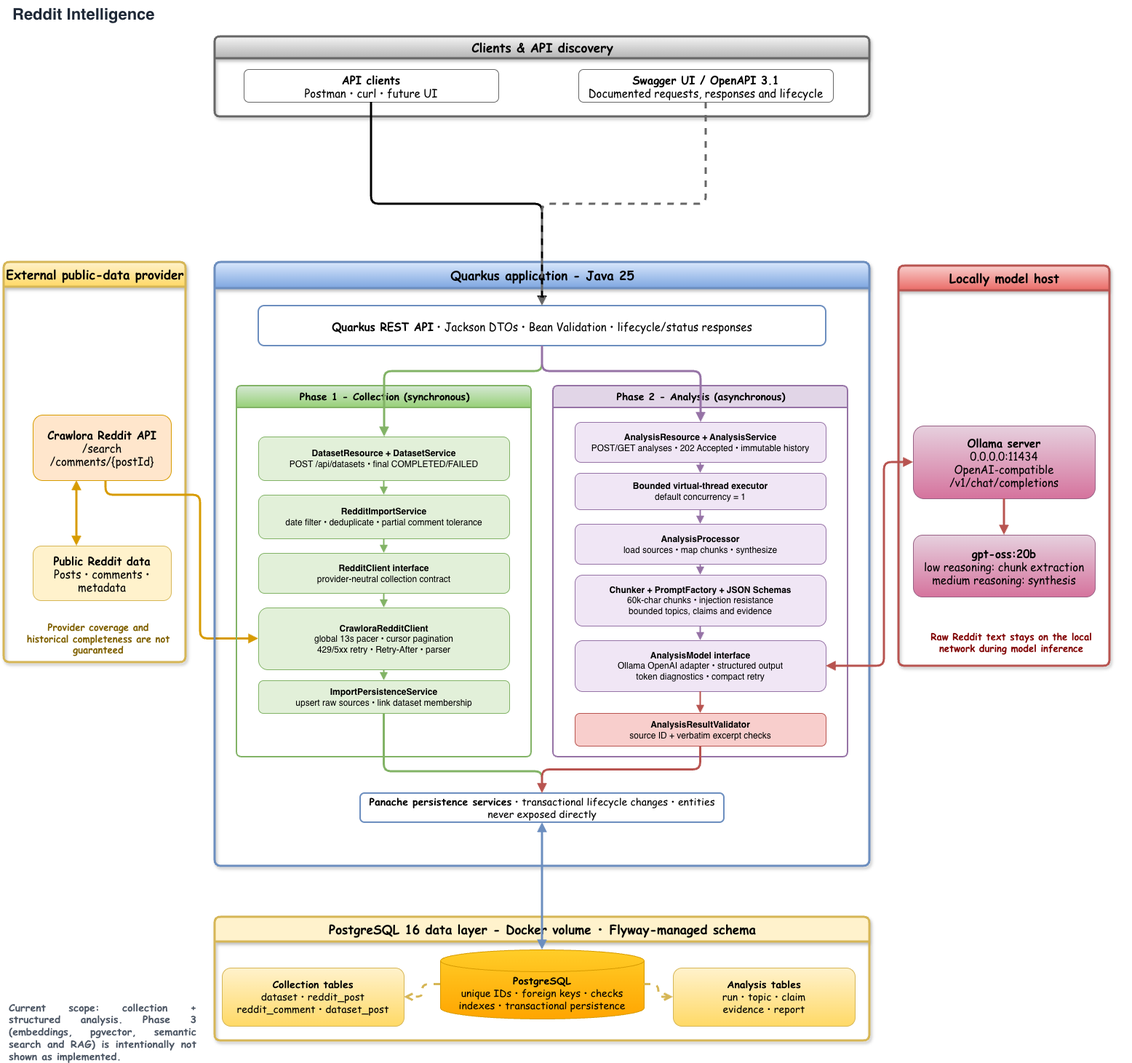
The draw.io diagram docs/architecture/reddit-intelligence-phase-2.drawio.png in ksktechai/reddit-intelligence, before a commit. Source tidied: cells renumbered, new cells last; positions are measured from the earlier drawing's top-left corner, leaving out a move shared by most shapes. Source of this version:
```xml
<mxGraphModel>
  <root>
    <mxCell id="0" />
    <mxCell id="1" parent="0" />
    <mxCell id="2" value="&lt;b&gt;Reddit Intelligence&lt;/b&gt;" style="text;html=1;align=left;verticalAlign=middle;whiteSpace=wrap;rounded=0;fontSize=22;fontColor=#1F2937;" parent="1" vertex="1">
      <mxGeometry x="10" width="1540" height="40" as="geometry" />
    </mxCell>
    <mxCell id="3" value="&lt;font face=&quot;Comic Sans MS&quot;&gt;Clients &amp;amp; API discovery&lt;/font&gt;" style="swimlane;html=1;horizontal=1;startSize=30;rounded=1;arcSize=8;fillColor=#f5f5f5;strokeColor=#666666;fontStyle=1;fontSize=17;shadow=1;strokeWidth=3;gradientColor=#b3b3b3;" parent="1" vertex="1">
      <mxGeometry x="290" y="50" width="900" height="110" as="geometry" />
    </mxCell>
    <mxCell id="4" value="&lt;b&gt;API clients&lt;/b&gt;&lt;br&gt;Postman • curl • future UI" style="rounded=1;whiteSpace=wrap;html=1;fillColor=#FFFFFF;strokeColor=#666666;fontSize=15;fontFamily=Comic Sans MS;" parent="1" vertex="1">
      <mxGeometry x="330" y="95" width="350" height="45" as="geometry" />
    </mxCell>
    <mxCell id="5" value="&lt;b&gt;Swagger UI / OpenAPI 3.1&lt;/b&gt;&lt;br&gt;Documented requests, responses and lifecycle" style="rounded=1;whiteSpace=wrap;html=1;fillColor=#FFFFFF;strokeColor=#666666;fontSize=15;fontFamily=Comic Sans MS;" parent="1" vertex="1">
      <mxGeometry x="790" y="95" width="350" height="45" as="geometry" />
    </mxCell>
    <mxCell id="6" value="&lt;font face=&quot;Comic Sans MS&quot;&gt;External public-data provider&lt;/font&gt;" style="swimlane;html=1;horizontal=1;startSize=34;rounded=1;arcSize=8;fillColor=#fff2cc;strokeColor=#d6b656;fontStyle=1;fontSize=17;shadow=1;strokeWidth=3;gradientColor=#ffd966;" parent="1" vertex="1">
      <mxGeometry y="360" width="250" height="550" as="geometry" />
    </mxCell>
    <mxCell id="7" style="edgeStyle=orthogonalEdgeStyle;rounded=1;jettySize=auto;html=1;strokeColor=#D79B00;strokeWidth=3;startArrow=block;startFill=1;endArrow=block;endFill=1;fontSize=11;exitX=0;exitY=0.5;exitDx=0;exitDy=0;" parent="6" edge="1" source="16">
      <mxGeometry relative="1" as="geometry">
        <mxPoint x="140" y="250" as="targetPoint" />
        <Array as="points">
          <mxPoint x="270" y="518" />
          <mxPoint x="270" y="320" />
          <mxPoint x="140" y="320" />
        </Array>
      </mxGeometry>
    </mxCell>
    <mxCell id="8" value="&lt;font style=&quot;font-size: 13px;&quot; face=&quot;Comic Sans MS&quot;&gt;&lt;b style=&quot;&quot;&gt;Provider coverage and historical completeness are not guaranteed&lt;/b&gt;&lt;/font&gt;" style="text;html=1;align=center;verticalAlign=middle;whiteSpace=wrap;fontSize=11;fontColor=#7F6000;" parent="6" vertex="1">
      <mxGeometry x="30" y="492.5" width="200" height="50" as="geometry" />
    </mxCell>
    <mxCell id="9" value="&lt;b&gt;Crawlora Reddit API&lt;/b&gt;&lt;br&gt;/search&lt;br&gt;/comments/{postId}" style="rounded=1;whiteSpace=wrap;html=1;fillColor=#FFE6CC;strokeColor=#D79B00;fontSize=15;fontFamily=Comic Sans MS;" parent="1" vertex="1">
      <mxGeometry x="40" y="570" width="190" height="90" as="geometry" />
    </mxCell>
    <mxCell id="10" value="&lt;b&gt;Public Reddit data&lt;/b&gt;&lt;br&gt;Posts • comments • metadata" style="rounded=1;whiteSpace=wrap;html=1;fillColor=#FFF2CC;strokeColor=#D6B656;fontSize=15;fontFamily=Comic Sans MS;" parent="1" vertex="1">
      <mxGeometry x="40" y="750" width="190" height="75" as="geometry" />
    </mxCell>
    <mxCell id="11" value="&lt;font face=&quot;Comic Sans MS&quot;&gt;Quarkus application - Java 25&lt;/font&gt;" style="swimlane;html=1;horizontal=1;startSize=36;rounded=1;arcSize=8;fillColor=#dae8fc;strokeColor=#6c8ebf;fontStyle=1;fontSize=17;strokeWidth=3;shadow=1;gradientColor=#7ea6e0;" parent="1" vertex="1">
      <mxGeometry x="290" y="360" width="900" height="830" as="geometry" />
    </mxCell>
    <mxCell id="12" value="Phase 1 - Collection (synchronous)" style="swimlane;html=1;horizontal=1;startSize=30;rounded=1;arcSize=8;fillColor=#d5e8d4;strokeColor=#82b366;fontStyle=1;fontSize=14;strokeWidth=2;gradientColor=#97d077;fontFamily=Comic Sans MS;" parent="11" vertex="1">
      <mxGeometry x="30" y="170" width="405" height="510" as="geometry" />
    </mxCell>
    <mxCell id="13" value="&lt;b&gt;DatasetResource + DatasetService&lt;/b&gt;&lt;br&gt;POST /api/datasets • final COMPLETED/FAILED" style="rounded=1;whiteSpace=wrap;html=1;fillColor=#E2F0D9;strokeColor=#82B366;fontSize=12;" parent="11" vertex="1">
      <mxGeometry x="60" y="240" width="345" height="60" as="geometry" />
    </mxCell>
    <mxCell id="14" value="&lt;b&gt;RedditImportService&lt;/b&gt;&lt;br&gt;date filter • deduplicate • partial comment tolerance" style="rounded=1;whiteSpace=wrap;html=1;fillColor=#E2F0D9;strokeColor=#82B366;fontSize=12;" parent="11" vertex="1">
      <mxGeometry x="60" y="320" width="345" height="60" as="geometry" />
    </mxCell>
    <mxCell id="15" value="&lt;b&gt;RedditClient interface&lt;/b&gt;&lt;br&gt;provider-neutral collection contract" style="rounded=1;whiteSpace=wrap;html=1;fillColor=#E2F0D9;strokeColor=#82B366;fontSize=12;" parent="11" vertex="1">
      <mxGeometry x="60" y="400" width="345" height="55" as="geometry" />
    </mxCell>
    <mxCell id="16" value="&lt;b&gt;CrawloraRedditClient&lt;/b&gt;&lt;br&gt;global 13s pacer • cursor pagination&lt;br&gt;429/5xx retry • Retry-After • parser" style="rounded=1;whiteSpace=wrap;html=1;fillColor=#E2F0D9;strokeColor=#82B366;fontSize=12;" parent="11" vertex="1">
      <mxGeometry x="60" y="475" width="345" height="85" as="geometry" />
    </mxCell>
    <mxCell id="17" value="&lt;b&gt;ImportPersistenceService&lt;/b&gt;&lt;br&gt;upsert raw sources • link dataset membership" style="rounded=1;whiteSpace=wrap;html=1;fillColor=#E2F0D9;strokeColor=#82B366;fontSize=12;" parent="11" vertex="1">
      <mxGeometry x="60" y="575" width="345" height="45" as="geometry" />
    </mxCell>
    <mxCell id="18" value="Phase 2 - Analysis (asynchronous)" style="swimlane;html=1;horizontal=1;startSize=30;rounded=1;arcSize=8;fillColor=#E1D5E7;strokeColor=#9673A6;fontStyle=1;fontSize=14;strokeWidth=2;fontFamily=Comic Sans MS;" parent="11" vertex="1">
      <mxGeometry x="465" y="170" width="405" height="510" as="geometry" />
    </mxCell>
    <mxCell id="19" value="&lt;b&gt;AnalysisResource + AnalysisService&lt;/b&gt;&lt;br&gt;POST/GET analyses • 202 Accepted • immutable history" style="rounded=1;whiteSpace=wrap;html=1;fillColor=#F0E6F5;strokeColor=#9673A6;fontSize=12;" parent="18" vertex="1">
      <mxGeometry x="30" y="50" width="345" height="55" as="geometry" />
    </mxCell>
    <mxCell id="20" value="&lt;b&gt;Bounded virtual-thread executor&lt;/b&gt;&lt;br&gt;default concurrency = 1" style="rounded=1;whiteSpace=wrap;html=1;fillColor=#F0E6F5;strokeColor=#9673A6;fontSize=12;" parent="18" vertex="1">
      <mxGeometry x="30" y="120" width="345" height="50" as="geometry" />
    </mxCell>
    <mxCell id="21" style="edgeStyle=orthogonalEdgeStyle;rounded=1;html=1;strokeColor=#9673A6;strokeWidth=2;endArrow=block;endFill=1;" parent="18" edge="1" source="19" target="20">
      <mxGeometry relative="1" as="geometry" />
    </mxCell>
    <mxCell id="22" value="&lt;b&gt;AnalysisProcessor&lt;/b&gt;&lt;br&gt;load sources • map chunks • synthesize" style="rounded=1;whiteSpace=wrap;html=1;fillColor=#F0E6F5;strokeColor=#9673A6;fontSize=12;" parent="18" vertex="1">
      <mxGeometry x="30" y="190" width="345" height="55" as="geometry" />
    </mxCell>
    <mxCell id="23" style="edgeStyle=orthogonalEdgeStyle;rounded=1;html=1;strokeColor=#9673A6;strokeWidth=2;endArrow=block;endFill=1;" parent="18" edge="1" source="20" target="22">
      <mxGeometry relative="1" as="geometry" />
    </mxCell>
    <mxCell id="24" value="&lt;b&gt;Chunker + PromptFactory + JSON Schemas&lt;/b&gt;&lt;br&gt;60k-char chunks • injection resistance&lt;br&gt;bounded topics, claims and evidence" style="rounded=1;whiteSpace=wrap;html=1;fillColor=#F0E6F5;strokeColor=#9673A6;fontSize=12;" parent="18" vertex="1">
      <mxGeometry x="30" y="260" width="345" height="70" as="geometry" />
    </mxCell>
    <mxCell id="25" style="edgeStyle=orthogonalEdgeStyle;rounded=1;html=1;strokeColor=#9673A6;strokeWidth=2;endArrow=block;endFill=1;fontSize=11;" parent="18" edge="1" source="22" target="24">
      <mxGeometry relative="1" as="geometry" />
    </mxCell>
    <mxCell id="26" value="&lt;b&gt;AnalysisModel interface&lt;/b&gt;&lt;br&gt;Ollama OpenAI adapter • structured output&lt;br&gt;token diagnostics • compact retry" style="rounded=1;whiteSpace=wrap;html=1;fillColor=#F0E6F5;strokeColor=#9673A6;fontSize=12;" parent="18" vertex="1">
      <mxGeometry x="30" y="350" width="345" height="70" as="geometry" />
    </mxCell>
    <mxCell id="27" style="edgeStyle=orthogonalEdgeStyle;rounded=1;html=1;strokeColor=#9673A6;strokeWidth=2;endArrow=block;endFill=1;fontSize=11;" parent="18" edge="1" source="24" target="26">
      <mxGeometry relative="1" as="geometry" />
    </mxCell>
    <mxCell id="28" value="&lt;b&gt;AnalysisResultValidator&lt;/b&gt;&lt;br&gt;source ID + verbatim excerpt checks" style="rounded=1;whiteSpace=wrap;html=1;fillColor=#F8CECC;strokeColor=#B85450;fontSize=12;" parent="18" vertex="1">
      <mxGeometry x="30" y="450" width="345" height="45" as="geometry" />
    </mxCell>
    <mxCell id="29" style="edgeStyle=orthogonalEdgeStyle;rounded=1;html=1;strokeColor=#B85450;strokeWidth=2;endArrow=block;endFill=1;fontSize=11;" parent="18" edge="1" source="26" target="28">
      <mxGeometry relative="1" as="geometry" />
    </mxCell>
    <mxCell id="30" value="&lt;font style=&quot;font-size: 14px;&quot;&gt;&lt;b style=&quot;&quot;&gt;Panache persistence services&lt;/b&gt; • transactional lifecycle changes • entities never exposed directly&lt;/font&gt;" style="rounded=1;whiteSpace=wrap;html=1;fillColor=#FFFFFF;strokeColor=#6C8EBF;strokeWidth=2;fontSize=12;fontFamily=Comic Sans MS;" parent="11" vertex="1">
      <mxGeometry x="200" y="730" width="500" height="40" as="geometry" />
    </mxCell>
    <mxCell id="31" style="edgeStyle=orthogonalEdgeStyle;rounded=1;html=1;strokeColor=#82B366;strokeWidth=2;endArrow=block;endFill=1;" parent="11" edge="1" source="13" target="14">
      <mxGeometry relative="1" as="geometry" />
    </mxCell>
    <mxCell id="32" style="edgeStyle=orthogonalEdgeStyle;rounded=1;html=1;strokeColor=#82B366;strokeWidth=2;endArrow=block;endFill=1;" parent="11" edge="1" source="14" target="15">
      <mxGeometry relative="1" as="geometry" />
    </mxCell>
    <mxCell id="33" style="edgeStyle=orthogonalEdgeStyle;rounded=1;html=1;strokeColor=#82B366;strokeWidth=2;endArrow=block;endFill=1;" parent="11" edge="1" source="15" target="16">
      <mxGeometry relative="1" as="geometry" />
    </mxCell>
    <mxCell id="34" style="edgeStyle=orthogonalEdgeStyle;rounded=1;html=1;strokeColor=#82B366;strokeWidth=2;endArrow=block;endFill=1;fontSize=11;" parent="11" edge="1" source="16" target="17">
      <mxGeometry relative="1" as="geometry" />
    </mxCell>
    <mxCell id="35" style="edgeStyle=orthogonalEdgeStyle;rounded=1;html=1;strokeColor=#82B366;strokeWidth=3;endArrow=block;endFill=1;" parent="11" edge="1" source="17" target="30">
      <mxGeometry relative="1" as="geometry">
        <Array as="points">
          <mxPoint x="233" y="700" />
          <mxPoint x="450" y="700" />
        </Array>
      </mxGeometry>
    </mxCell>
    <mxCell id="36" style="edgeStyle=orthogonalEdgeStyle;rounded=1;html=1;strokeColor=#B85450;strokeWidth=3;endArrow=block;endFill=1;fontSize=11;" parent="11" edge="1" source="28" target="30">
      <mxGeometry relative="1" as="geometry" />
    </mxCell>
    <mxCell id="37" value="&lt;b&gt;Quarkus REST API&lt;/b&gt; • Jackson DTOs • Bean Validation • lifecycle/status responses" style="rounded=1;whiteSpace=wrap;html=1;fillColor=#FFFFFF;strokeColor=#6C8EBF;strokeWidth=2;fontSize=15;fontFamily=Comic Sans MS;" parent="11" vertex="1">
      <mxGeometry x="60" y="60" width="780" height="55" as="geometry" />
    </mxCell>
    <mxCell id="38" style="edgeStyle=orthogonalEdgeStyle;rounded=1;jettySize=auto;html=1;strokeColor=#82B366;strokeWidth=3;endArrow=block;endFill=1;fontSize=11;" parent="11" edge="1" source="37" target="13">
      <mxGeometry relative="1" as="geometry">
        <Array as="points">
          <mxPoint x="450" y="150" />
          <mxPoint x="233" y="150" />
        </Array>
      </mxGeometry>
    </mxCell>
    <mxCell id="39" style="edgeStyle=orthogonalEdgeStyle;rounded=1;jettySize=auto;html=1;strokeColor=#9673A6;strokeWidth=3;endArrow=block;endFill=1;fontSize=11;" parent="11" edge="1" source="37" target="19">
      <mxGeometry relative="1" as="geometry">
        <Array as="points">
          <mxPoint x="450" y="150" />
          <mxPoint x="668" y="150" />
        </Array>
      </mxGeometry>
    </mxCell>
    <mxCell id="40" value="&lt;font face=&quot;Comic Sans MS&quot;&gt;Locally model host&lt;/font&gt;" style="swimlane;html=1;horizontal=1;startSize=34;rounded=1;arcSize=8;fillColor=#f8cecc;strokeColor=#b85450;fontStyle=1;fontSize=17;strokeWidth=3;shadow=1;gradientColor=#ea6b66;" parent="1" vertex="1">
      <mxGeometry x="1230" y="365" width="290" height="550" as="geometry" />
    </mxCell>
    <mxCell id="41" value="&lt;b&gt;Ollama server&lt;/b&gt;&lt;br&gt;0.0.0.0:11434&lt;br&gt;OpenAI-compatible /v1/chat/completions" style="rounded=1;whiteSpace=wrap;html=1;fillColor=#e6d0de;strokeColor=#996185;fontSize=15;fontFamily=Comic Sans MS;gradientColor=#d5739d;" parent="1" vertex="1">
      <mxGeometry x="1250" y="585" width="250" height="100" as="geometry" />
    </mxCell>
    <mxCell id="42" value="&lt;b&gt;gpt-oss:20b&lt;/b&gt;&lt;br&gt;low reasoning: chunk extraction&lt;br&gt;medium reasoning: synthesis" style="rounded=1;whiteSpace=wrap;html=1;fillColor=#e6d0de;strokeColor=#996185;fontSize=15;fontFamily=Comic Sans MS;gradientColor=#d5739d;" parent="1" vertex="1">
      <mxGeometry x="1250" y="735" width="250" height="85" as="geometry" />
    </mxCell>
    <mxCell id="43" value="&lt;font style=&quot;font-size: 13px;&quot; face=&quot;Comic Sans MS&quot;&gt;&lt;b&gt;Raw Reddit text stays on the local network during model inference&lt;/b&gt;&lt;/font&gt;" style="text;html=1;align=center;verticalAlign=middle;whiteSpace=wrap;fontSize=11;fontColor=#7F0000;" parent="1" vertex="1">
      <mxGeometry x="1250" y="860" width="270" height="45" as="geometry" />
    </mxCell>
    <mxCell id="44" value="&lt;font style=&quot;font-size: 17px;&quot; face=&quot;Comic Sans MS&quot;&gt;PostgreSQL 16 data layer - Docker volume • Flyway-managed schema&lt;/font&gt;" style="swimlane;html=1;horizontal=1;startSize=34;rounded=1;arcSize=8;fillColor=#FFF2CC;strokeColor=#D6B656;fontStyle=1;fontSize=14;strokeWidth=3;shadow=1;" parent="1" vertex="1">
      <mxGeometry x="290" y="1260" width="900" height="170" as="geometry" />
    </mxCell>
    <mxCell id="45" value="&lt;b&gt;Collection tables&lt;/b&gt;&lt;br&gt;dataset • reddit_post&lt;br&gt;reddit_comment • dataset_post" style="rounded=1;whiteSpace=wrap;html=1;fillColor=#fff2cc;strokeColor=#d6b656;fontSize=14;fontFamily=Comic Sans MS;gradientColor=#ffd966;" parent="44" vertex="1">
      <mxGeometry x="10" y="70" width="250" height="80" as="geometry" />
    </mxCell>
    <mxCell id="46" value="&lt;b&gt;Analysis tables&lt;/b&gt;&lt;br&gt;run • topic • claim&lt;br&gt;evidence • report" style="rounded=1;whiteSpace=wrap;html=1;fillColor=#fff2cc;strokeColor=#d6b656;fontSize=14;fontFamily=Comic Sans MS;gradientColor=#ffd966;" parent="44" vertex="1">
      <mxGeometry x="630" y="70" width="250" height="80" as="geometry" />
    </mxCell>
    <mxCell id="47" value="&lt;b&gt;PostgreSQL&lt;/b&gt;&lt;br&gt;unique IDs • foreign keys • checks&lt;br&gt;indexes • transactional persistence" style="shape=cylinder3;whiteSpace=wrap;html=1;boundedLbl=1;backgroundOutline=1;size=15;fillColor=#ffcd28;strokeColor=#d79b00;fontSize=14;fontFamily=Comic Sans MS;gradientColor=#ffa500;" parent="1" vertex="1">
      <mxGeometry x="600" y="1305" width="280" height="95" as="geometry" />
    </mxCell>
    <mxCell id="48" value="&lt;div style=&quot;text-align: justify;&quot;&gt;&lt;b style=&quot;font-size: 14px; font-family: &amp;quot;Comic Sans MS&amp;quot;; background-color: transparent; color: light-dark(rgb(75, 85, 99), rgb(157, 166, 178));&quot;&gt;Current scope: collection + structured analysis. Phase 3 (embeddings, pgvector, semantic search and RAG) is intentionally not shown as implemented.&lt;/b&gt;&lt;/div&gt;" style="text;html=1;align=left;verticalAlign=middle;whiteSpace=wrap;fontSize=11;fontColor=#4B5563;" parent="1" vertex="1">
      <mxGeometry x="5" y="1400" width="260" height="35" as="geometry" />
    </mxCell>
    <mxCell id="49" style="edgeStyle=orthogonalEdgeStyle;rounded=1;jettySize=auto;html=1;strokeWidth=3;endArrow=block;endFill=1;fontSize=11;" parent="1" edge="1" source="4" target="37">
      <mxGeometry relative="1" as="geometry" />
    </mxCell>
    <mxCell id="50" style="edgeStyle=orthogonalEdgeStyle;rounded=1;jettySize=auto;html=1;dashed=1;strokeColor=#666666;endArrow=open;endFill=0;fontSize=11;strokeWidth=3;" parent="1" edge="1" source="5" target="37">
      <mxGeometry relative="1" as="geometry" />
    </mxCell>
    <mxCell id="51" style="edgeStyle=orthogonalEdgeStyle;rounded=1;html=1;strokeColor=#D79B00;strokeWidth=3;startArrow=block;startFill=1;endArrow=block;endFill=1;fontSize=11;" parent="1" edge="1" source="9" target="10">
      <mxGeometry relative="1" as="geometry">
        <Array as="points">
          <mxPoint x="100" y="710" />
          <mxPoint x="100" y="710" />
        </Array>
      </mxGeometry>
    </mxCell>
    <mxCell id="52" style="edgeStyle=orthogonalEdgeStyle;rounded=1;jettySize=auto;html=1;strokeColor=#B85450;strokeWidth=3;startArrow=block;startFill=1;endArrow=block;endFill=1;fontSize=11;exitX=1;exitY=0.5;entryX=0;entryY=0.5;" parent="1" edge="1" source="26" target="41">
      <mxGeometry relative="1" as="geometry">
        <Array as="points">
          <mxPoint x="1210" y="915" />
          <mxPoint x="1210" y="635" />
        </Array>
      </mxGeometry>
    </mxCell>
    <mxCell id="53" style="edgeStyle=orthogonalEdgeStyle;rounded=1;html=1;strokeColor=#B85450;strokeWidth=3;endArrow=block;endFill=1;" parent="1" edge="1" source="41" target="42">
      <mxGeometry relative="1" as="geometry" />
    </mxCell>
    <mxCell id="54" style="edgeStyle=orthogonalEdgeStyle;rounded=1;html=1;strokeColor=#6C8EBF;strokeWidth=3;startArrow=block;startFill=1;endArrow=block;endFill=1;fontSize=11;" parent="1" edge="1" source="30" target="47">
      <mxGeometry relative="1" as="geometry" />
    </mxCell>
    <mxCell id="55" style="edgeStyle=orthogonalEdgeStyle;rounded=1;html=1;dashed=1;strokeColor=#D6B656;endArrow=open;endFill=0;fontSize=10;strokeWidth=3;" parent="1" edge="1" source="47" target="45">
      <mxGeometry relative="1" as="geometry" />
    </mxCell>
    <mxCell id="56" style="edgeStyle=orthogonalEdgeStyle;rounded=1;html=1;dashed=1;strokeColor=#D6B656;endArrow=open;endFill=0;fontSize=13;strokeWidth=3;" parent="1" edge="1" source="47" target="46">
      <mxGeometry relative="1" as="geometry" />
    </mxCell>
  </root>
</mxGraphModel>
```
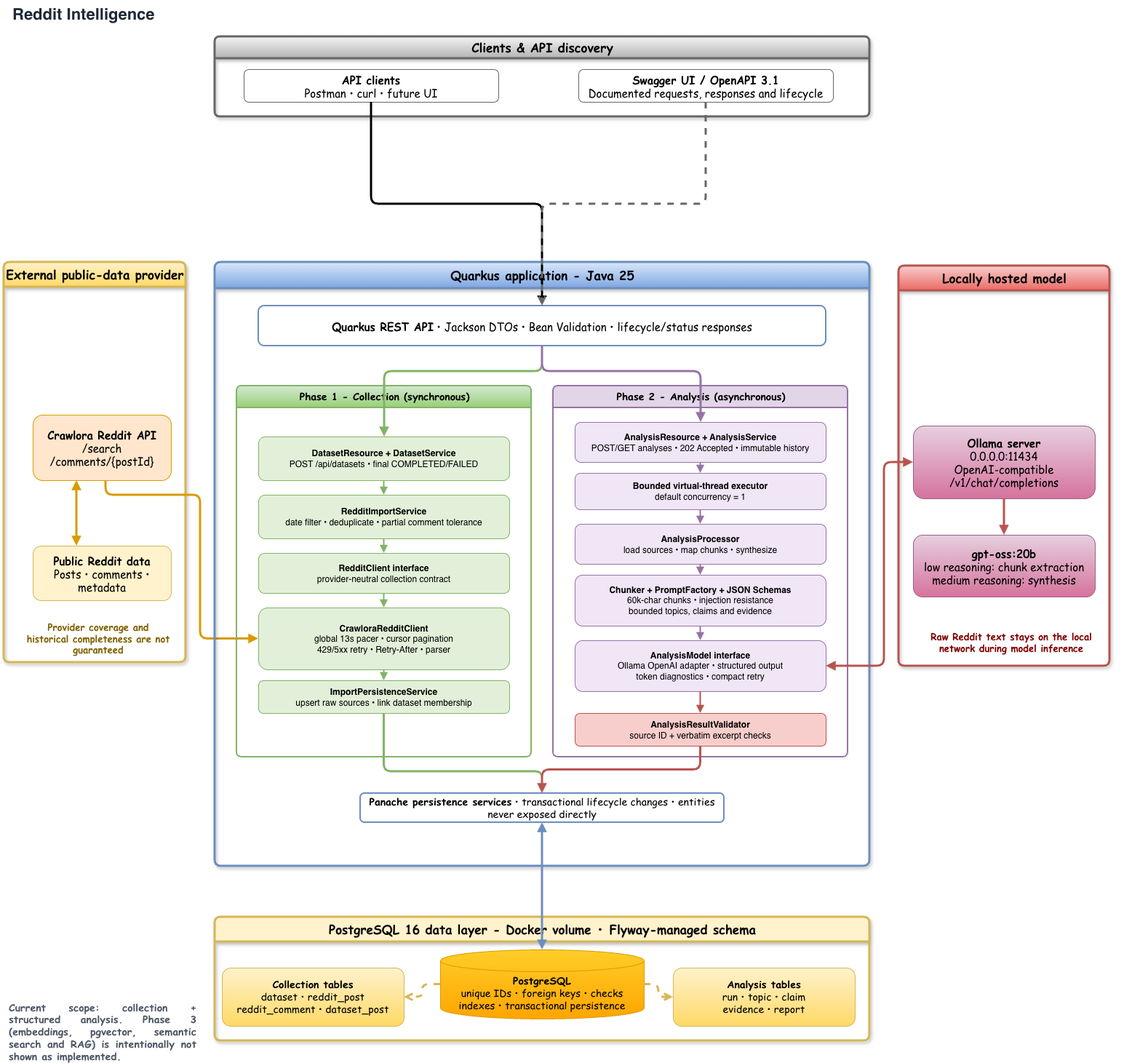
The same file after the commit.

Commit message:
update diagram to reflect locally hosted model description

What changed in the source:
```diff
@@ -138,7 +138,7 @@
         </Array>
       </mxGeometry>
     </mxCell>
-    <mxCell id="40" value="&lt;font face=&quot;Comic Sans MS&quot;&gt;Locally model host&lt;/font&gt;" style="swimlane;html=1;horizontal=1;startSize=34;rounded=1;arcSize=8;fillColor=#f8cecc;strokeColor=#b85450;fontStyle=1;fontSize=17;strokeWidth=3;shadow=1;gradientColor=#ea6b66;" parent="1" vertex="1">
+    <mxCell id="40" value="&lt;font face=&quot;Comic Sans MS&quot;&gt;Locally hosted model&lt;/font&gt;" style="swimlane;html=1;horizontal=1;startSize=34;rounded=1;arcSize=8;fillColor=#f8cecc;strokeColor=#b85450;fontStyle=1;fontSize=17;strokeWidth=3;shadow=1;gradientColor=#ea6b66;" parent="1" vertex="1">
       <mxGeometry x="1230" y="365" width="290" height="550" as="geometry" />
     </mxCell>
     <mxCell id="41" value="&lt;b&gt;Ollama server&lt;/b&gt;&lt;br&gt;0.0.0.0:11434&lt;br&gt;OpenAI-compatible /v1/chat/completions" style="rounded=1;whiteSpace=wrap;html=1;fillColor=#e6d0de;strokeColor=#996185;fontSize=15;fontFamily=Comic Sans MS;gradientColor=#d5739d;" parent="1" vertex="1">
```
